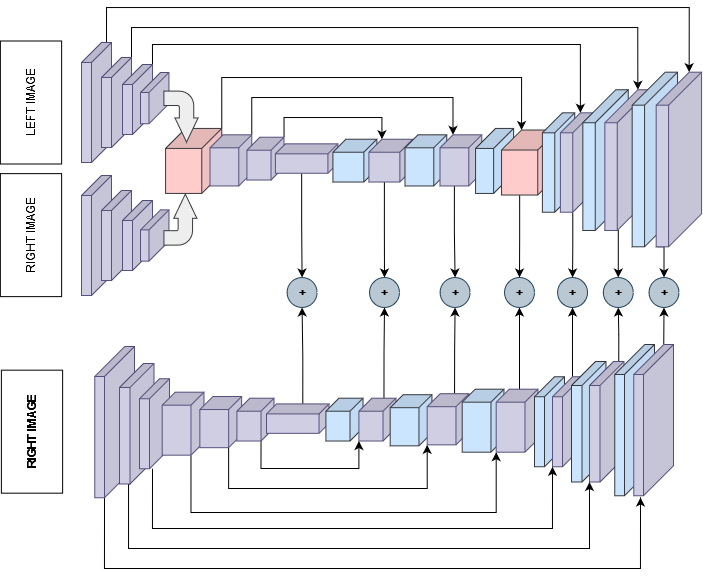
This is test.png from APVGITHUB/stereo-fpga, a draw.io export, as it was before one commit. Source tidied: cells renumbered, new cells last; positions are measured from the earlier drawing's top-left corner, leaving out a move shared by most shapes.
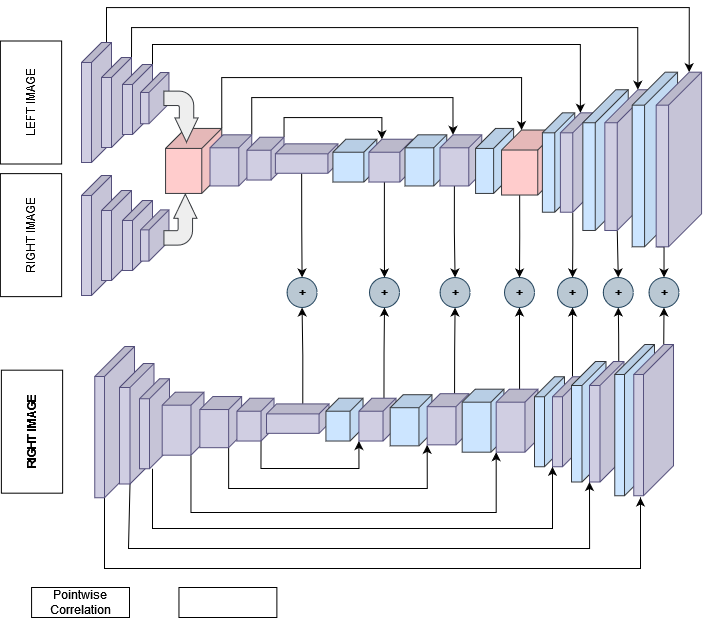
After the commit.

Diff of the diagram source:
```diff
@@ -310,5 +310,11 @@
     <mxCell id="82" value="&lt;b&gt;+&lt;/b&gt;" style="ellipse;whiteSpace=wrap;html=1;fillColor=#bac8d3;strokeColor=#23445d;" parent="1" vertex="1">
       <mxGeometry x="679.5" y="270" width="30" height="30" as="geometry" />
     </mxCell>
+    <mxCell id="83" value="Pointwise Correlation" style="rounded=0;whiteSpace=wrap;html=1;strokeColor=#000000;" parent="1" vertex="1">
+      <mxGeometry x="62.1" y="580" width="97.9" height="30" as="geometry" />
+    </mxCell>
+    <mxCell id="84" style="rounded=0;whiteSpace=wrap;html=1;strokeColor=#000000;" parent="1" vertex="1">
+      <mxGeometry x="209.5" y="580" width="97.9" height="30" as="geometry" />
+    </mxCell>
   </root>
 </mxGraphModel>
```
